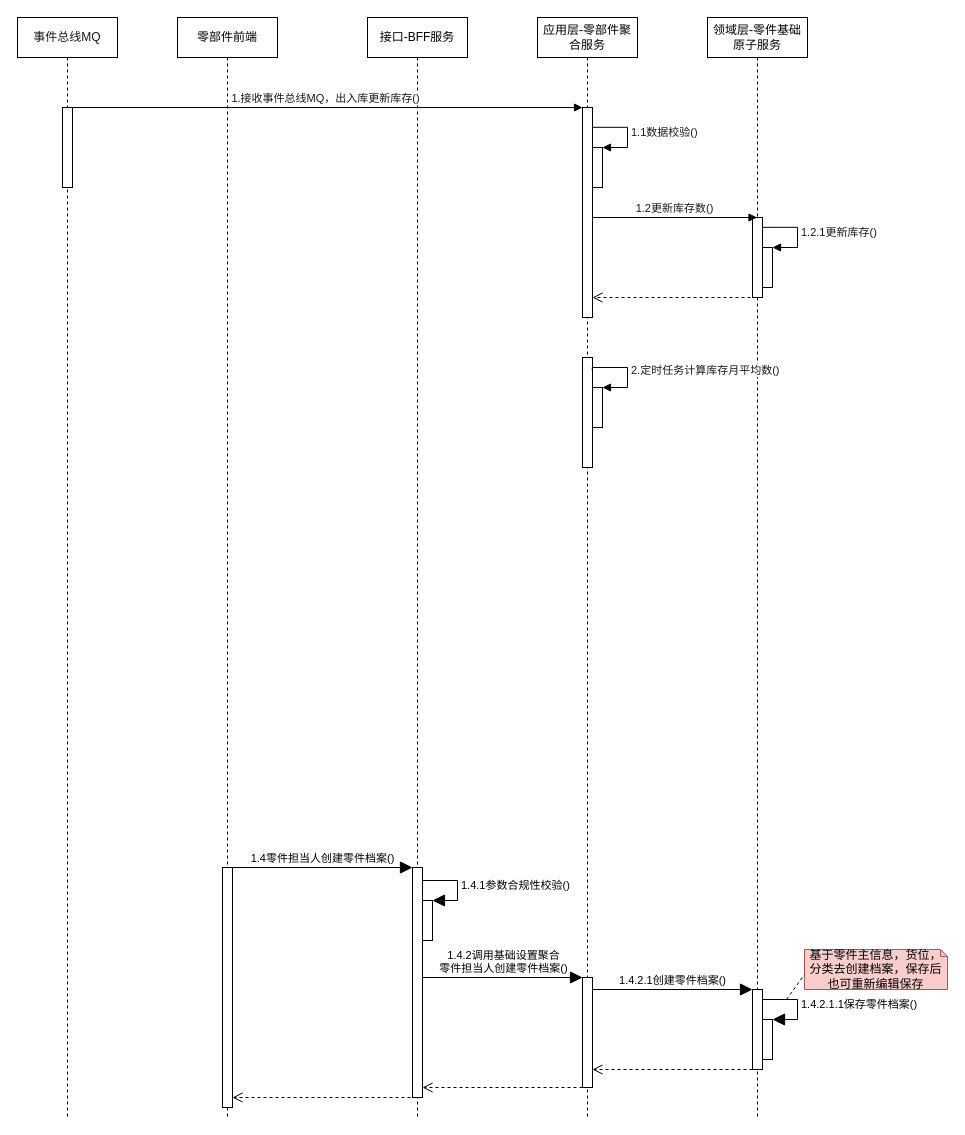
1132489442/gitRepository1 keeps this draw.io diagram as page "更新库存-行为" (3 of 5) of 库存管理-零件档案管理.drawio. Above is the earlier version. Source tidied: cells renumbered, new cells numbered last; positions are measured from the earlier drawing's top-left corner, leaving out a move shared by most shapes. Both pictures are drawn from the tidied source at 100%, with x=0, y=0 at pixel (17, 17).
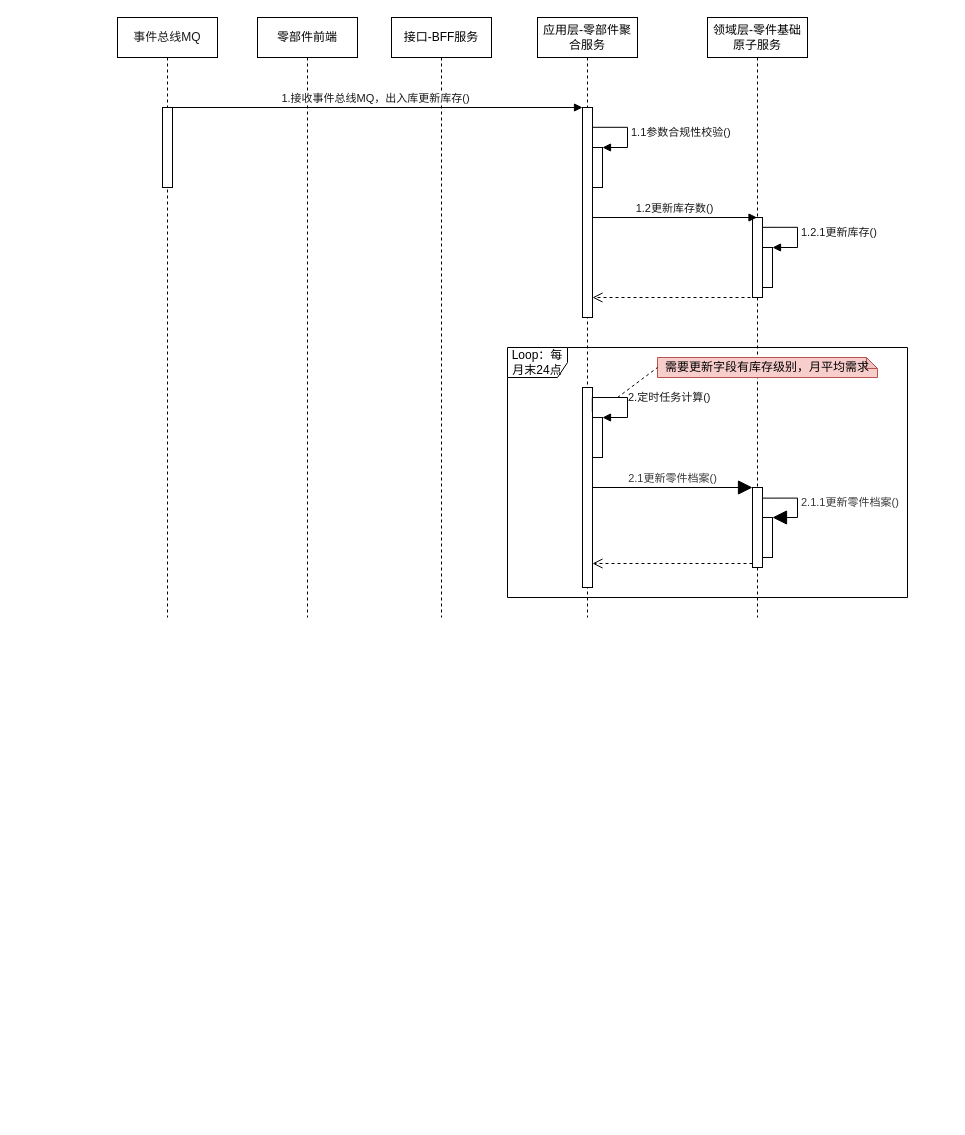
Above is the later version.

The change refers to these unchanged cells:
```xml
<mxCell id="7" style="html=1;points=[];perimeter=orthogonalPerimeter;fontColor=#1A1A1A;fillColor=#FFFFFF;" parent="6" vertex="1">
  <mxGeometry x="45" y="90" width="10" height="210" as="geometry" />
</mxCell>
<mxCell id="31" style="html=1;points=[];perimeter=orthogonalPerimeter;fontColor=#1A1A1A;fillColor=#FFFFFF;" parent="1" vertex="1">
  <mxGeometry x="575" y="130" width="10" height="40" as="geometry" />
</mxCell>
```

Change to the diagram source:
```diff
@@
     <mxCell id="2" value="零部件前端" style="shape=umlLifeline;perimeter=lifelinePerimeter;whiteSpace=wrap;html=1;fillColor=#FFFFFF;" parent="1" vertex="1">
-      <mxGeometry x="160" width="100" height="1100" as="geometry" />
+      <mxGeometry x="240" width="100" height="600" as="geometry" />
     </mxCell>
     <mxCell id="3" value="接口-BFF服务" style="shape=umlLifeline;perimeter=lifelinePerimeter;whiteSpace=wrap;html=1;fillColor=#FFFFFF;" parent="1" vertex="1">
-      <mxGeometry x="350" width="100" height="1100" as="geometry" />
+      <mxGeometry x="374" width="100" height="600" as="geometry" />
     </mxCell>
     <mxCell id="4" value="领域层-零件基础原子服务" style="shape=umlLifeline;perimeter=lifelinePerimeter;whiteSpace=wrap;html=1;fillColor=#FFFFFF;" parent="1" vertex="1">
-      <mxGeometry x="690" width="100" height="1100" as="geometry" />
+      <mxGeometry x="690" width="100" height="600" as="geometry" />
     </mxCell>
@@
+    <mxCell id="36" style="html=1;points=[];perimeter=orthogonalPerimeter;fontColor=#393939;fillColor=#FFFFFF;" parent="4" vertex="1">
+      <mxGeometry x="45" y="470" width="10" height="80" as="geometry" />
+    </mxCell>
+    <mxCell id="37" style="html=1;points=[];perimeter=orthogonalPerimeter;fontColor=#393939;fillColor=#FFFFFF;" parent="4" vertex="1">
+      <mxGeometry x="55" y="500" width="10" height="40" as="geometry" />
+    </mxCell>
+    <mxCell id="38" value="2.1.1更新零件档案()" style="edgeStyle=orthogonalEdgeStyle;html=1;align=left;spacingLeft=2;endArrow=block;rounded=0;entryX=1;entryY=0;fontColor=#393939;startSize=14;endSize=12;exitX=0.981;exitY=0.133;exitDx=0;exitDy=0;exitPerimeter=0;" parent="4" edge="1" source="36" target="37">
+      <mxGeometry relative="1" as="geometry">
+        <Array as="points">
+          <mxPoint x="90" y="481" />
+          <mxPoint x="90" y="500" />
+        </Array>
+      </mxGeometry>
+    </mxCell>
     <mxCell id="6" value="应用层-零部件聚合服务" style="shape=umlLifeline;perimeter=lifelinePerimeter;whiteSpace=wrap;html=1;fillColor=#FFFFFF;" parent="1" vertex="1">
-      <mxGeometry x="520" width="100" height="1100" as="geometry" />
+      <mxGeometry x="520" width="100" height="600" as="geometry" />
     </mxCell>
@@
-    <mxCell id="8" style="html=1;points=[];perimeter=orthogonalPerimeter;fillColor=#FFFFFF;" parent="1" vertex="1">
-      <mxGeometry x="205" y="850" width="10" height="240" as="geometry" />
-    </mxCell>
-    <mxCell id="9" style="html=1;perimeter=orthogonalPerimeter;fillColor=#FFFFFF;" parent="1" vertex="1">
-      <mxGeometry x="395" y="850" width="10" height="230" as="geometry" />
-    </mxCell>
-    <mxCell id="10" style="html=1;verticalAlign=bottom;endArrow=open;dashed=1;endSize=8;exitX=0;exitY=0.95;rounded=0;" parent="1" edge="1" target="8">
-      <mxGeometry relative="1" as="geometry">
-        <mxPoint x="405" y="1080" as="sourcePoint" />
-      </mxGeometry>
-    </mxCell>
-    <mxCell id="11" style="html=1;points=[];perimeter=orthogonalPerimeter;fillColor=#FFFFFF;" parent="1" vertex="1">
-      <mxGeometry x="735" y="972" width="10" height="80" as="geometry" />
-    </mxCell>
-    <mxCell id="12" style="html=1;points=[];perimeter=orthogonalPerimeter;fillColor=#FFFFFF;" parent="1" vertex="1">
-      <mxGeometry x="745" y="1002" width="10" height="40" as="geometry" />
-    </mxCell>
-    <mxCell id="13" value="1.4.2.1.1保存零件档案()" style="edgeStyle=orthogonalEdgeStyle;html=1;align=left;spacingLeft=2;endArrow=block;rounded=0;entryX=1;entryY=0;endSize=10;exitX=0.987;exitY=0.125;exitDx=0;exitDy=0;exitPerimeter=0;" parent="1" edge="1" source="11" target="12">
-      <mxGeometry relative="1" as="geometry">
-        <Array as="points">
-          <mxPoint x="780" y="982" />
-          <mxPoint x="780" y="1002" />
-        </Array>
-      </mxGeometry>
-    </mxCell>
-    <mxCell id="14" style="html=1;perimeter=orthogonalPerimeter;fillColor=#FFFFFF;" parent="1" vertex="1">
-      <mxGeometry x="565" y="960" width="10" height="110" as="geometry" />
-    </mxCell>
-    <mxCell id="15" value="1.4.2调用基础设置聚合&lt;br&gt;零件担当人创建零件档案()" style="html=1;verticalAlign=bottom;endArrow=block;rounded=0;endSize=10;exitX=1.046;exitY=0.087;exitDx=0;exitDy=0;exitPerimeter=0;" parent="1" edge="1">
-      <mxGeometry relative="1" as="geometry">
-        <mxPoint x="405.5" y="960" as="sourcePoint" />
-        <mxPoint x="565" y="960" as="targetPoint" />
-      </mxGeometry>
-    </mxCell>
-    <mxCell id="16" style="html=1;points=[];perimeter=orthogonalPerimeter;fillColor=#FFFFFF;" parent="1" vertex="1">
-      <mxGeometry x="405" y="883" width="10" height="40" as="geometry" />
-    </mxCell>
-    <mxCell id="17" value="1.4.1参数合规性校验()" style="edgeStyle=orthogonalEdgeStyle;html=1;align=left;spacingLeft=2;endArrow=block;rounded=0;entryX=1;entryY=0;endSize=10;exitX=1.041;exitY=0.1;exitDx=0;exitDy=0;exitPerimeter=0;" parent="1" edge="1" target="16">
-      <mxGeometry relative="1" as="geometry">
-        <mxPoint x="405.4" y="863" as="sourcePoint" />
-        <Array as="points">
-          <mxPoint x="440" y="863" />
-          <mxPoint x="440" y="883" />
-        </Array>
-      </mxGeometry>
-    </mxCell>
-    <mxCell id="18" value="1.4零件担当人创建零件档案()" style="html=1;verticalAlign=bottom;endArrow=block;rounded=0;endSize=10;" parent="1" edge="1">
-      <mxGeometry relative="1" as="geometry">
-        <mxPoint x="215.1" y="850" as="sourcePoint" />
-        <mxPoint x="395" y="850" as="targetPoint" />
-      </mxGeometry>
-    </mxCell>
-    <mxCell id="19" value="1.4.2.1创建零件档案()" style="html=1;verticalAlign=bottom;endArrow=block;entryX=0;entryY=0;rounded=0;endSize=10;" parent="1" edge="1" target="11">
-      <mxGeometry relative="1" as="geometry">
-        <mxPoint x="575" y="972" as="sourcePoint" />
-      </mxGeometry>
-    </mxCell>
-    <mxCell id="20" style="html=1;verticalAlign=bottom;endArrow=open;dashed=1;endSize=8;exitX=0;exitY=0.95;rounded=0;" parent="1" edge="1">
-      <mxGeometry relative="1" as="geometry">
-        <mxPoint x="735" y="1052" as="sourcePoint" />
-        <mxPoint x="575" y="1052" as="targetPoint" />
-      </mxGeometry>
-    </mxCell>
-    <mxCell id="21" style="html=1;verticalAlign=bottom;endArrow=open;dashed=1;endSize=8;exitX=0;exitY=0.95;rounded=0;" parent="1" edge="1">
-      <mxGeometry relative="1" as="geometry">
-        <mxPoint x="565" y="1070" as="sourcePoint" />
-        <mxPoint x="405" y="1070" as="targetPoint" />
-      </mxGeometry>
-    </mxCell>
-    <mxCell id="22" value="基于零件主信息，货位，分类去创建档案，保存后也可重新编辑保存" style="shape=note;whiteSpace=wrap;html=1;backgroundOutline=1;darkOpacity=0.05;fillColor=#f8cecc;size=7;strokeColor=#b85450;" parent="1" vertex="1">
-      <mxGeometry x="787" y="932" width="143" height="40" as="geometry" />
-    </mxCell>
-    <mxCell id="23" style="endArrow=none;dashed=1;html=1;rounded=0;endSize=10;entryX=0;entryY=0.5;entryDx=0;entryDy=0;entryPerimeter=0;" parent="1" edge="1">
-      <mxGeometry relative="1" as="geometry">
-        <mxPoint x="769" y="982" as="sourcePoint" />
-        <mxPoint x="787" y="957" as="targetPoint" />
-      </mxGeometry>
-    </mxCell>
     <mxCell id="24" value="事件总线MQ" style="shape=umlLifeline;perimeter=lifelinePerimeter;whiteSpace=wrap;html=1;outlineConnect=0;fontColor=#1A1A1A;fillColor=#FFFFFF;" parent="1" vertex="1">
-      <mxGeometry width="100" height="1100" as="geometry" />
+      <mxGeometry x="100" width="100" height="600" as="geometry" />
     </mxCell>
@@
-    <mxCell id="26" value="1.接收事件总线MQ，出入库更新库存()" style="html=1;verticalAlign=bottom;endArrow=block;entryX=0;entryY=0;rounded=0;fontColor=#1A1A1A;" parent="1" edge="1" target="7">
-      <mxGeometry relative="1" as="geometry">
-        <mxPoint x="50" y="90" as="sourcePoint" />
-      </mxGeometry>
+    <mxCell id="26" value="1.接收事件总线MQ，出入库更新库存()" style="html=1;verticalAlign=bottom;endArrow=block;entryX=0;entryY=0;rounded=0;fontColor=#1A1A1A;" parent="1" edge="1" source="24" target="7">
+      <mxGeometry relative="1" as="geometry" />
     </mxCell>
@@
-    <mxCell id="32" value="1.1数据校验()" style="edgeStyle=orthogonalEdgeStyle;html=1;align=left;spacingLeft=2;endArrow=block;rounded=0;entryX=1;entryY=0;fontColor=#1A1A1A;exitX=0.982;exitY=0.123;exitDx=0;exitDy=0;exitPerimeter=0;" parent="1" edge="1" target="31">
+    <mxCell id="32" value="1.1参数合规性校验()" style="edgeStyle=orthogonalEdgeStyle;html=1;align=left;spacingLeft=2;endArrow=block;rounded=0;entryX=1;entryY=0;fontColor=#1A1A1A;exitX=0.982;exitY=0.123;exitDx=0;exitDy=0;exitPerimeter=0;" parent="1" edge="1" target="31">
       <mxGeometry relative="1" as="geometry">
         <mxPoint x="574.8" y="109.8" as="sourcePoint" />
         <Array as="points">
           <mxPoint x="610" y="110" />
           <mxPoint x="610" y="130" />
         </Array>
       </mxGeometry>
     </mxCell>
     <mxCell id="33" style="html=1;points=[];perimeter=orthogonalPerimeter;fontColor=#1A1A1A;fillColor=#FFFFFF;" parent="1" vertex="1">
-      <mxGeometry x="565" y="340" width="10" height="110" as="geometry" />
+      <mxGeometry x="565" y="370" width="10" height="200" as="geometry" />
     </mxCell>
     <mxCell id="34" style="html=1;points=[];perimeter=orthogonalPerimeter;fontColor=#1A1A1A;fillColor=#FFFFFF;" parent="1" vertex="1">
-      <mxGeometry x="575" y="370" width="10" height="40" as="geometry" />
+      <mxGeometry x="575" y="400" width="10" height="40" as="geometry" />
     </mxCell>
-    <mxCell id="35" value="2.定时任务计算库存月平均数()" style="edgeStyle=orthogonalEdgeStyle;html=1;align=left;spacingLeft=2;endArrow=block;rounded=0;entryX=1;entryY=0;fontColor=#1A1A1A;exitX=0.982;exitY=0.123;exitDx=0;exitDy=0;exitPerimeter=0;" parent="1" edge="1" source="33" target="34">
+    <mxCell id="35" value="2.定时任务计算()" style="edgeStyle=orthogonalEdgeStyle;html=1;align=left;spacingLeft=2;endArrow=block;rounded=0;entryX=1;entryY=0;fontColor=#1A1A1A;exitX=0.982;exitY=0.123;exitDx=0;exitDy=0;exitPerimeter=0;" parent="1" edge="1" source="33" target="34">
       <mxGeometry relative="1" as="geometry">
         <Array as="points">
-          <mxPoint x="610" y="350" />
-          <mxPoint x="610" y="370" />
+          <mxPoint x="610" y="380" />
+          <mxPoint x="610" y="400" />
         </Array>
       </mxGeometry>
     </mxCell>
+    <mxCell id="39" value="&lt;span style=&quot;color: rgb(0 , 0 , 0)&quot;&gt;Loop：每月末24点&lt;/span&gt;" style="shape=umlFrame;whiteSpace=wrap;html=1;fontColor=#393939;fillColor=#FFFFFF;" parent="1" vertex="1">
+      <mxGeometry x="490" y="330" width="400" height="250" as="geometry" />
+    </mxCell>
+    <mxCell id="40" value="2.1更新零件档案()" style="html=1;verticalAlign=bottom;endArrow=block;entryX=0;entryY=0;rounded=0;fontColor=#393939;startSize=14;endSize=12;" parent="1" edge="1" target="36">
+      <mxGeometry relative="1" as="geometry">
+        <mxPoint x="575" y="470" as="sourcePoint" />
+      </mxGeometry>
+    </mxCell>
+    <mxCell id="41" style="html=1;verticalAlign=bottom;endArrow=open;dashed=1;endSize=8;exitX=0;exitY=0.95;rounded=0;fontColor=#393939;" parent="1" edge="1" source="36">
+      <mxGeometry relative="1" as="geometry">
+        <mxPoint x="575" y="546" as="targetPoint" />
+      </mxGeometry>
+    </mxCell>
+    <mxCell id="42" value="&lt;span style=&quot;color: rgb(0 , 0 , 0)&quot;&gt;需要更新字段有库存级别，月平均需求&lt;/span&gt;" style="shape=note;whiteSpace=wrap;html=1;backgroundOutline=1;darkOpacity=0.05;fillColor=#f8cecc;size=11;strokeColor=#b85450;" parent="1" vertex="1">
+      <mxGeometry x="640" y="340" width="220" height="20" as="geometry" />
+    </mxCell>
+    <mxCell id="43" style="endArrow=none;dashed=1;html=1;rounded=0;fontColor=#393939;startSize=14;endSize=12;entryX=0;entryY=0.5;entryDx=0;entryDy=0;entryPerimeter=0;" parent="1" edge="1" target="42">
+      <mxGeometry relative="1" as="geometry">
+        <mxPoint x="600" y="380" as="sourcePoint" />
+      </mxGeometry>
+    </mxCell>
```
